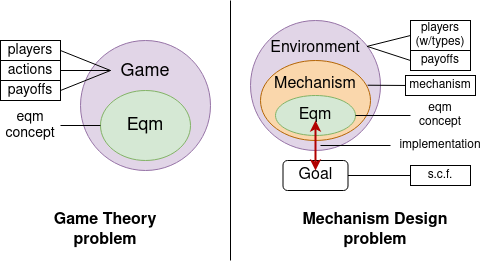
Before: lectures/pics/M1/game_vs_mech2.png, a diagram exported from draw.io (electronicgore/mechdesign). Source tidied: cells renumbered, new cells last; positions are measured from the earlier drawing's top-left corner, leaving out a move shared by most shapes.
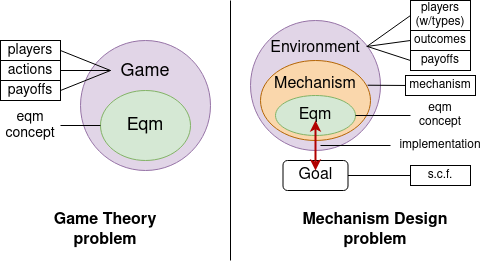
Later version of the same file.

The edit, as a diff of the source:
```diff
@@ -62,7 +62,7 @@
       </mxGeometry>
     </mxCell>
     <mxCell id="18" value="players (w/types)" style="rounded=0;whiteSpace=wrap;html=1;fontSize=12;" parent="1" vertex="1">
-      <mxGeometry x="410" y="20" width="60" height="30" as="geometry" />
+      <mxGeometry x="410" width="60" height="30" as="geometry" />
     </mxCell>
     <mxCell id="19" value="payoffs" style="rounded=0;whiteSpace=wrap;html=1;fontSize=12;" parent="1" vertex="1">
       <mxGeometry x="410" y="50" width="60" height="20" as="geometry" />
@@ -111,5 +111,11 @@
         <mxPoint x="230" as="targetPoint" />
       </mxGeometry>
     </mxCell>
+    <mxCell id="32" style="rounded=0;jettySize=auto;html=1;exitX=0;exitY=0.5;exitDx=0;exitDy=0;entryX=0.893;entryY=0.2;entryDx=0;entryDy=0;startArrow=none;startFill=0;startSize=5;endArrow=none;endFill=0;endSize=5;strokeWidth=1;fontSize=16;entryPerimeter=0;" parent="1" edge="1" source="33" target="2">
+      <mxGeometry relative="1" as="geometry" />
+    </mxCell>
+    <mxCell id="33" value="outcomes" style="rounded=0;whiteSpace=wrap;html=1;fontSize=12;" parent="1" vertex="1">
+      <mxGeometry x="410" y="30" width="60" height="20" as="geometry" />
+    </mxCell>
   </root>
 </mxGraphModel>
```
